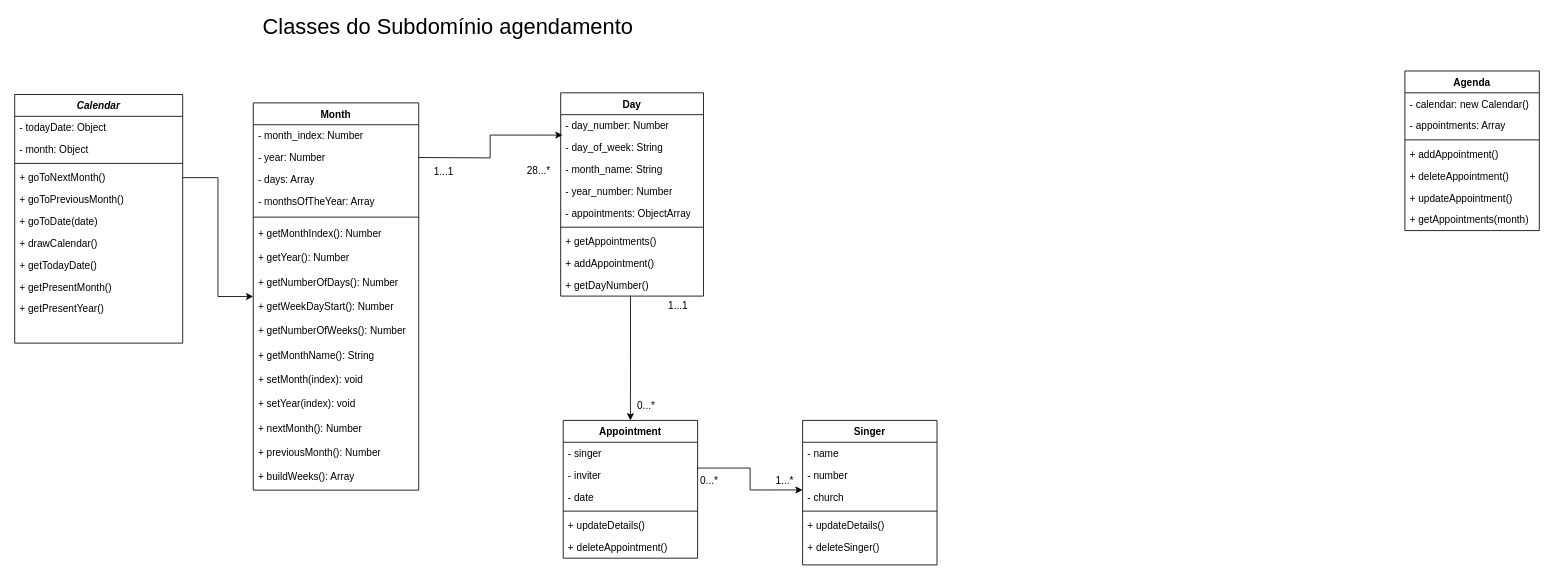
Before: Diagram/ClassDiagram.drawio in Gabriel7ven/modeling_calendar, a draw.io diagram. Source tidied: cells renumbered, new cells numbered last; positions are measured from the earlier drawing's top-left corner, leaving out a move shared by most shapes. Both pictures are drawn from the tidied source at 84%, with x=0, y=0 at pixel (14, 14).
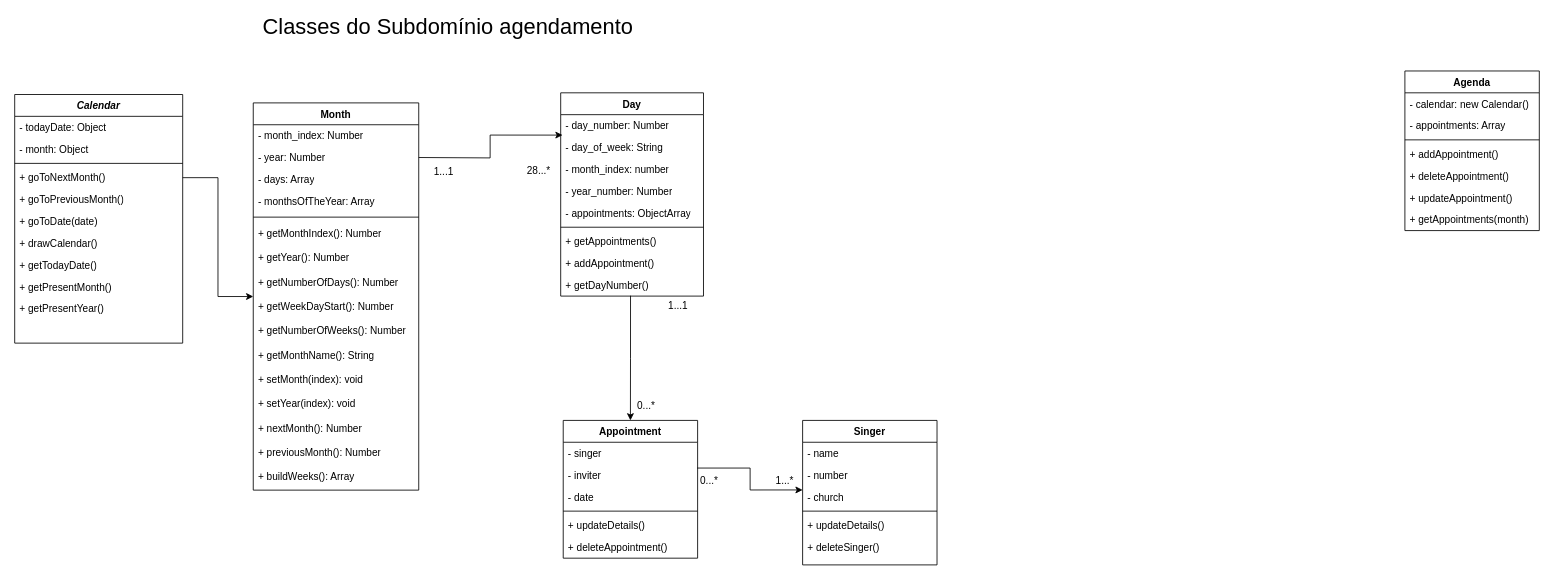
After the change.

Unchanged cells that the change refers to:
```xml
<mxCell id="20" value="Day" style="swimlane;fontStyle=1;align=center;verticalAlign=top;horizontal=1;startSize=26;whiteSpace=wrap;html=1;" parent="1" vertex="1">
  <mxGeometry x="650" y="93" width="170" height="242" as="geometry" />
</mxCell>
```

Change to the diagram source:
```diff
@@
-    <mxCell id="23" value="- month_name: String" style="text;strokeColor=none;fillColor=none;align=left;verticalAlign=top;spacingLeft=4;spacingRight=4;overflow=hidden;whiteSpace=wrap;html=1;" parent="20" vertex="1">
+    <mxCell id="23" value="- month_index: number" style="text;strokeColor=none;fillColor=none;align=left;verticalAlign=top;spacingLeft=4;spacingRight=4;overflow=hidden;whiteSpace=wrap;html=1;" parent="20" vertex="1">
       <mxGeometry y="78" width="170" height="26" as="geometry" />
     </mxCell>
```
